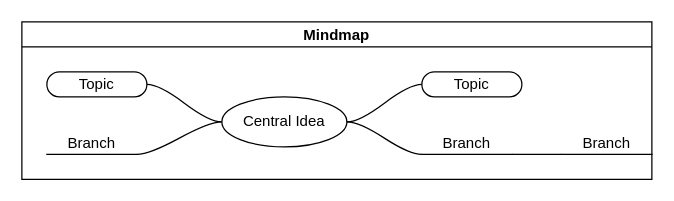
This is awsArchitectAssociated.drawio from danielorozco06/MindMaps, a draw.io file, before an edit. Source tidied: cells renumbered, new cells numbered last; positions are measured from the earlier drawing's top-left corner, leaving out a move shared by most shapes. Both pictures are drawn from the tidied source at 125%, with x=0, y=0 at pixel (21, 21).
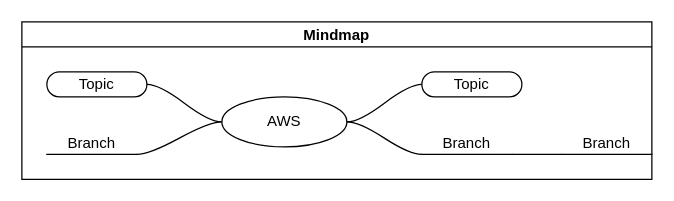
The same diagram, later.

Diff of the diagram source:
```diff
@@
 <mxGraphModel>
   <root>
     <mxCell id="0" />
     <mxCell id="1" parent="0" />
     <mxCell id="2" value="Mindmap" style="swimlane;startSize=20;horizontal=1;containerType=tree;" parent="1" vertex="1">
       <mxGeometry width="504" height="126" as="geometry" />
     </mxCell>
     <mxCell id="3" style="edgeStyle=entityRelationEdgeStyle;startArrow=none;endArrow=none;segment=10;curved=1;sourcePerimeterSpacing=0;targetPerimeterSpacing=0;rounded=0;" parent="2" edge="1" source="7" target="8">
       <mxGeometry relative="1" as="geometry" />
     </mxCell>
     <mxCell id="4" style="edgeStyle=entityRelationEdgeStyle;startArrow=none;endArrow=none;segment=10;curved=1;sourcePerimeterSpacing=0;targetPerimeterSpacing=0;rounded=0;" parent="2" edge="1" source="7" target="9">
       <mxGeometry relative="1" as="geometry" />
     </mxCell>
     <mxCell id="5" style="edgeStyle=entityRelationEdgeStyle;startArrow=none;endArrow=none;segment=10;curved=1;sourcePerimeterSpacing=0;targetPerimeterSpacing=0;rounded=0;" parent="2" edge="1" source="7" target="10">
       <mxGeometry relative="1" as="geometry" />
     </mxCell>
     <mxCell id="6" style="edgeStyle=entityRelationEdgeStyle;startArrow=none;endArrow=none;segment=10;curved=1;sourcePerimeterSpacing=0;targetPerimeterSpacing=0;rounded=0;" parent="2" edge="1" source="7" target="11">
       <mxGeometry relative="1" as="geometry" />
     </mxCell>
-    <mxCell id="7" value="Central Idea" style="ellipse;whiteSpace=wrap;html=1;align=center;newEdgeStyle={&quot;edgeStyle&quot;:&quot;entityRelationEdgeStyle&quot;,&quot;startArrow&quot;:&quot;none&quot;,&quot;endArrow&quot;:&quot;none&quot;,&quot;segment&quot;:10,&quot;curved&quot;:1,&quot;sourcePerimeterSpacing&quot;:0,&quot;targetPerimeterSpacing&quot;:0};" parent="2" vertex="1">
+    <mxCell id="7" value="AWS" style="ellipse;whiteSpace=wrap;html=1;align=center;newEdgeStyle={&quot;edgeStyle&quot;:&quot;entityRelationEdgeStyle&quot;,&quot;startArrow&quot;:&quot;none&quot;,&quot;endArrow&quot;:&quot;none&quot;,&quot;segment&quot;:10,&quot;curved&quot;:1,&quot;sourcePerimeterSpacing&quot;:0,&quot;targetPerimeterSpacing&quot;:0};" parent="2" vertex="1">
       <mxGeometry x="160" y="60" width="100" height="40" as="geometry" />
     </mxCell>
     <mxCell id="8" value="Topic" style="whiteSpace=wrap;html=1;rounded=1;arcSize=50;align=center;verticalAlign=middle;strokeWidth=1;spacing=4;newEdgeStyle={&quot;edgeStyle&quot;:&quot;entityRelationEdgeStyle&quot;,&quot;startArrow&quot;:&quot;none&quot;,&quot;endArrow&quot;:&quot;none&quot;,&quot;segment&quot;:10,&quot;curved&quot;:1,&quot;sourcePerimeterSpacing&quot;:0,&quot;targetPerimeterSpacing&quot;:0};" parent="2" vertex="1">
       <mxGeometry x="320" y="40" width="80" height="20" as="geometry" />
     </mxCell>
     <mxCell id="9" value="Branch" style="whiteSpace=wrap;html=1;shape=partialRectangle;top=0;left=0;bottom=1;right=0;points=[[0,1],[1,1]];fillColor=none;align=center;verticalAlign=bottom;routingCenterY=0.5;snapToPoint=1;newEdgeStyle={&quot;edgeStyle&quot;:&quot;entityRelationEdgeStyle&quot;,&quot;startArrow&quot;:&quot;none&quot;,&quot;endArrow&quot;:&quot;none&quot;,&quot;segment&quot;:10,&quot;curved&quot;:1,&quot;sourcePerimeterSpacing&quot;:0,&quot;targetPerimeterSpacing&quot;:0};" parent="2" vertex="1">
       <mxGeometry x="320" y="80" width="72" height="26" as="geometry" />
     </mxCell>
     <mxCell id="10" value="Topic" style="whiteSpace=wrap;html=1;rounded=1;arcSize=50;align=center;verticalAlign=middle;strokeWidth=1;spacing=4;newEdgeStyle={&quot;edgeStyle&quot;:&quot;entityRelationEdgeStyle&quot;,&quot;startArrow&quot;:&quot;none&quot;,&quot;endArrow&quot;:&quot;none&quot;,&quot;segment&quot;:10,&quot;curved&quot;:1,&quot;sourcePerimeterSpacing&quot;:0,&quot;targetPerimeterSpacing&quot;:0};" parent="2" vertex="1">
       <mxGeometry x="20" y="40" width="80" height="20" as="geometry" />
     </mxCell>
     <mxCell id="11" value="Branch" style="whiteSpace=wrap;html=1;shape=partialRectangle;top=0;left=0;bottom=1;right=0;points=[[0,1],[1,1]];fillColor=none;align=center;verticalAlign=bottom;routingCenterY=0.5;snapToPoint=1;newEdgeStyle={&quot;edgeStyle&quot;:&quot;entityRelationEdgeStyle&quot;,&quot;startArrow&quot;:&quot;none&quot;,&quot;endArrow&quot;:&quot;none&quot;,&quot;segment&quot;:10,&quot;curved&quot;:1,&quot;sourcePerimeterSpacing&quot;:0,&quot;targetPerimeterSpacing&quot;:0};" parent="2" vertex="1">
       <mxGeometry x="20" y="80" width="72" height="26" as="geometry" />
     </mxCell>
     <mxCell id="12" style="edgeStyle=entityRelationEdgeStyle;startArrow=none;endArrow=none;segment=10;curved=1;sourcePerimeterSpacing=0;targetPerimeterSpacing=0;rounded=0;" parent="2" edge="1" source="9" target="13">
       <mxGeometry relative="1" as="geometry" />
     </mxCell>
     <mxCell id="13" value="Branch" style="whiteSpace=wrap;html=1;shape=partialRectangle;top=0;left=0;bottom=1;right=0;points=[[0,1],[1,1]];fillColor=none;align=center;verticalAlign=bottom;routingCenterY=0.5;snapToPoint=1;newEdgeStyle={&quot;edgeStyle&quot;:&quot;entityRelationEdgeStyle&quot;,&quot;startArrow&quot;:&quot;none&quot;,&quot;endArrow&quot;:&quot;none&quot;,&quot;segment&quot;:10,&quot;curved&quot;:1,&quot;sourcePerimeterSpacing&quot;:0,&quot;targetPerimeterSpacing&quot;:0};" parent="2" vertex="1">
       <mxGeometry x="432" y="80" width="72" height="26" as="geometry" />
     </mxCell>
   </root>
 </mxGraphModel>
```
